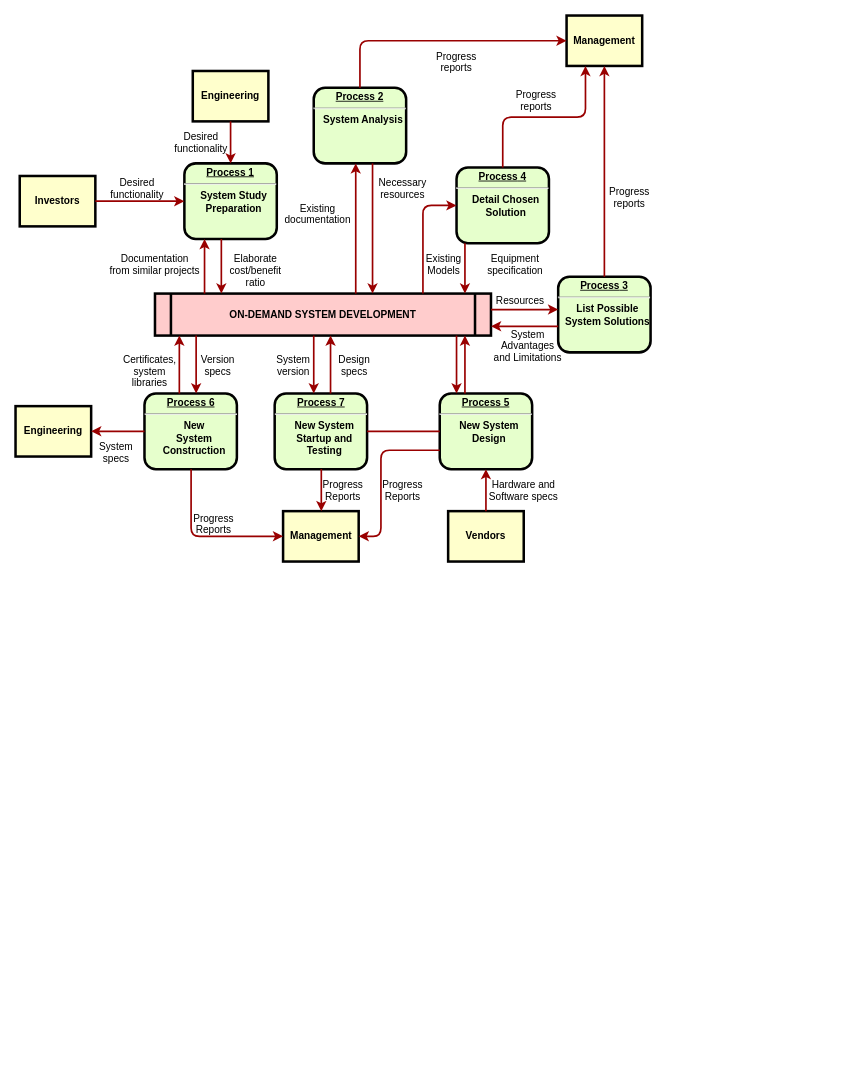
Earlier version of the draw.io diagram Untitled Diagram.drawio (stardom3645/wiki). Source tidied: cells renumbered, new cells numbered last; positions are measured from the earlier drawing's top-left corner, leaving out a move shared by most shapes. Both pictures are drawn from the tidied source at 84%, with x=0, y=0 at pixel (15, 15).
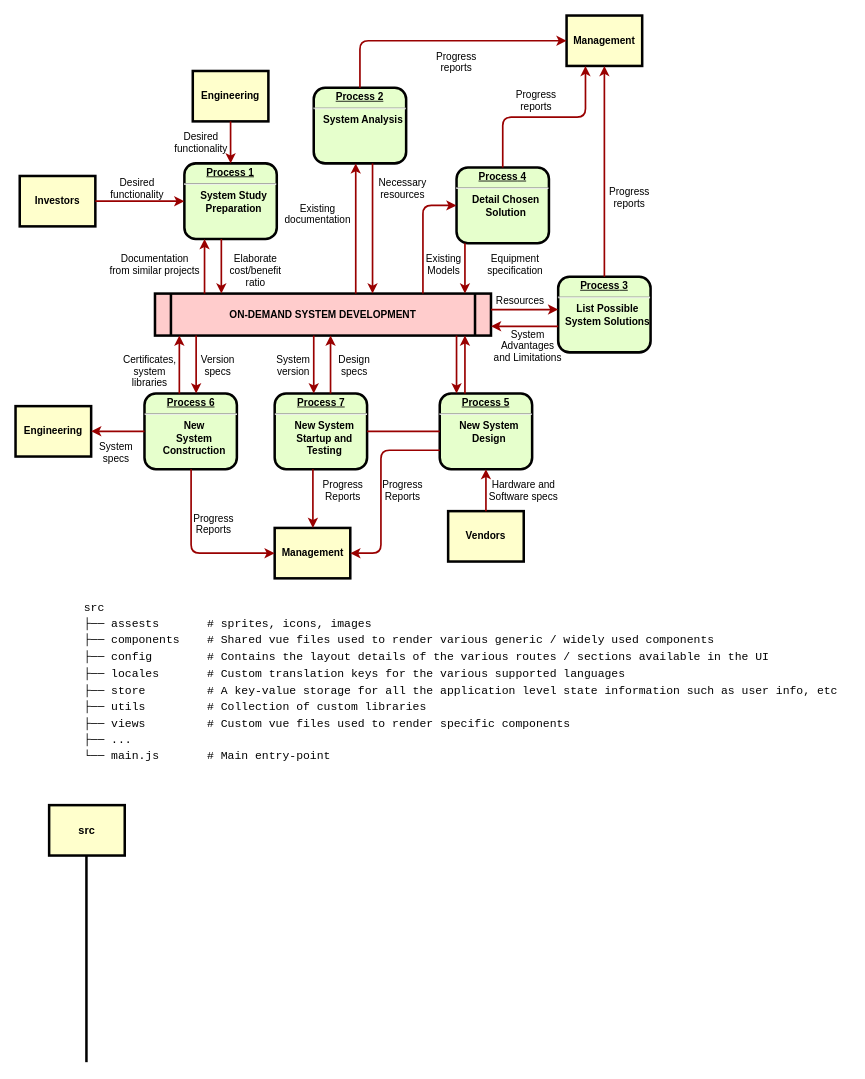
The same page after the edit.

The edit, as a diff of the source:
```diff
@@
-<mxGraphModel background="#ffffff">
+<mxGraphModel background="#FFFFFF">
@@
     <mxCell id="12" value="Management" style="whiteSpace=wrap;align=center;verticalAlign=middle;fontStyle=1;strokeWidth=3;fillColor=#FFFFCC;" parent="1" vertex="1">
-      <mxGeometry x="318.5" y="590" width="90" height="60" as="geometry" />
+      <mxGeometry x="308.5" y="610" width="90" height="60" as="geometry" />
     </mxCell>
@@
+    <mxCell id="63" value="&lt;pre style=&quot;box-sizing: border-box ; font-size: 13.6px ; margin-top: 0px ; margin-bottom: 0px ; overflow-wrap: normal ; padding: 16px ; overflow: auto ; line-height: 1.45 ; border-radius: 6px ; word-break: normal ; font-style: normal ; font-weight: 400 ; letter-spacing: normal ; text-indent: 0px ; text-transform: none ; word-spacing: 0px&quot;&gt;&lt;font color=&quot;#030303&quot;&gt;    src&lt;br&gt;    ├── assests       &lt;span class=&quot;pl-c&quot; style=&quot;box-sizing: border-box&quot;&gt;&lt;span class=&quot;pl-c&quot; style=&quot;box-sizing: border-box&quot;&gt;#&lt;/span&gt; sprites, icons, images&lt;/span&gt;&lt;br&gt;    ├── components    &lt;span class=&quot;pl-c&quot; style=&quot;box-sizing: border-box&quot;&gt;&lt;span class=&quot;pl-c&quot; style=&quot;box-sizing: border-box&quot;&gt;#&lt;/span&gt; Shared vue files used to render various generic / widely used components&lt;/span&gt;&lt;br&gt;    ├── config        &lt;span class=&quot;pl-c&quot; style=&quot;box-sizing: border-box&quot;&gt;&lt;span class=&quot;pl-c&quot; style=&quot;box-sizing: border-box&quot;&gt;#&lt;/span&gt; Contains the layout details of the various routes / sections available in the UI&lt;/span&gt;&lt;br&gt;    ├── locales       &lt;span class=&quot;pl-c&quot; style=&quot;box-sizing: border-box&quot;&gt;&lt;span class=&quot;pl-c&quot; style=&quot;box-sizing: border-box&quot;&gt;#&lt;/span&gt; Custom translation keys for the various supported languages&lt;/span&gt;&lt;br&gt;    ├── store         &lt;span class=&quot;pl-c&quot; style=&quot;box-sizing: border-box&quot;&gt;&lt;span class=&quot;pl-c&quot; style=&quot;box-sizing: border-box&quot;&gt;#&lt;/span&gt; A key-value storage for all the application level state information such as user info, etc&lt;/span&gt;&lt;br&gt;    ├── utils         &lt;span class=&quot;pl-c&quot; style=&quot;box-sizing: border-box&quot;&gt;&lt;span class=&quot;pl-c&quot; style=&quot;box-sizing: border-box&quot;&gt;#&lt;/span&gt; Collection of custom libraries&lt;/span&gt;&lt;br&gt;    ├── views         &lt;span class=&quot;pl-c&quot; style=&quot;box-sizing: border-box&quot;&gt;&lt;span class=&quot;pl-c&quot; style=&quot;box-sizing: border-box&quot;&gt;#&lt;/span&gt; Custom vue files used to render specific components&lt;/span&gt;&lt;br&gt;    ├── ...&lt;br&gt;    └── main.js       &lt;span class=&quot;pl-c&quot; style=&quot;box-sizing: border-box&quot;&gt;&lt;span class=&quot;pl-c&quot; style=&quot;box-sizing: border-box&quot;&gt;#&lt;/span&gt; Main entry-point&lt;/span&gt;&lt;/font&gt;&lt;/pre&gt;" style="text;whiteSpace=wrap;html=1;" parent="1" vertex="1">
+      <mxGeometry x="30.5" y="673" width="905.5" height="250" as="geometry" />
+    </mxCell>
+    <mxCell id="64" value="src" style="whiteSpace=wrap;align=center;verticalAlign=middle;fontStyle=1;strokeWidth=3;fillColor=#FFFFCC;fontSize=13;" parent="1" vertex="1">
+      <mxGeometry x="40" y="940" width="90" height="60" as="geometry" />
+    </mxCell>
+    <mxCell id="65" style="edgeStyle=orthogonalEdgeStyle;rounded=0;orthogonalLoop=1;jettySize=auto;html=1;fontSize=13;endArrow=none;endFill=0;strokeWidth=3;exitX=1;exitY=1;exitDx=0;exitDy=0;" parent="1" edge="1">
+      <mxGeometry relative="1" as="geometry">
+        <mxPoint x="84.4" y="1000" as="sourcePoint" />
+        <mxPoint x="84.4" y="1246" as="targetPoint" />
+        <Array as="points">
+          <mxPoint x="84.4" y="1130" />
+          <mxPoint x="84.4" y="1130" />
+        </Array>
+      </mxGeometry>
+    </mxCell>
```
